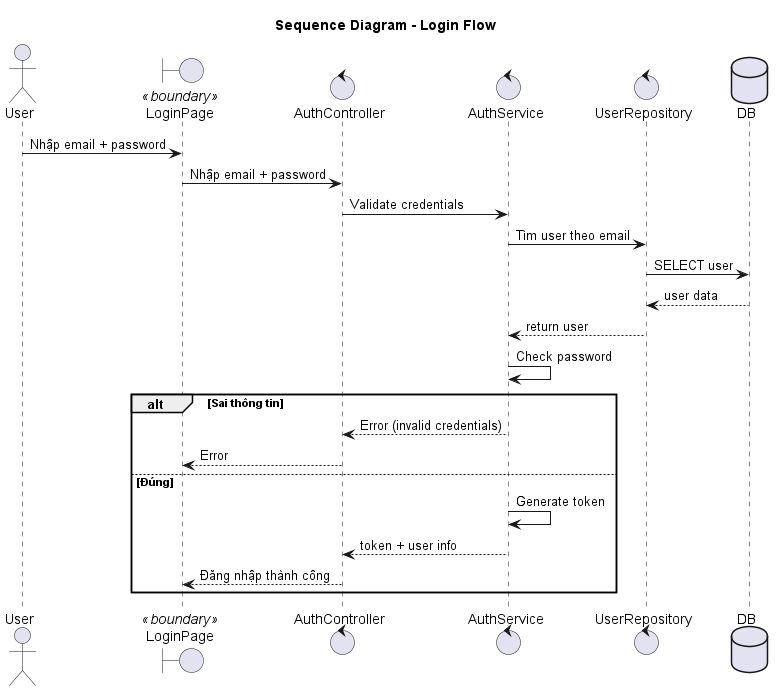
This is out/sequence/đăng nhập/login_sequence.png from Faythpromax/E-Learning, a PlantUML export, as it was before one commit. Source of this version:
```plantuml
@startuml login_sequence
title Sequence Diagram - Login Flow

actor User
boundary "LoginPage" as UI <<boundary>>
control AuthController
control AuthService
control UserRepository
database DB

User -> UI: Nhập email + password
UI -> AuthController: Nhập email + password

AuthController -> AuthService: Validate credentials

AuthService -> UserRepository: Tìm user theo email
UserRepository -> DB: SELECT user
DB --> UserRepository: user data
UserRepository --> AuthService: return user

AuthService -> AuthService: Check password

alt Sai thông tin
    AuthService --> AuthController: Error (invalid credentials)
    AuthController --> UI: Error
else Đúng
    AuthService -> AuthService: Generate token
    AuthService --> AuthController: token + user info
    AuthController --> UI: Đăng nhập thành công
end

@enduml
```
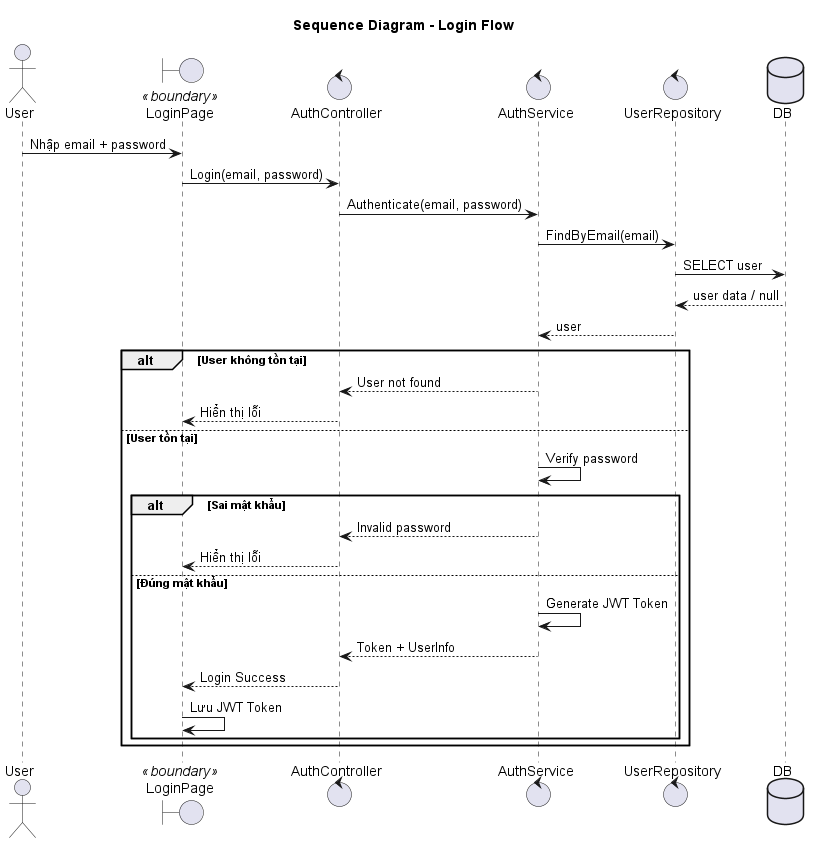
The same diagram one commit later.

The edit, as a diff of the source:
```diff
@@ -9,24 +9,43 @@
 database DB
 
 User -> UI: Nhập email + password
-UI -> AuthController: Nhập email + password
+UI -> AuthController: Login(email, password)
 
-AuthController -> AuthService: Validate credentials
+AuthController -> AuthService: Authenticate(email, password)
 
-AuthService -> UserRepository: Tìm user theo email
+AuthService -> UserRepository: FindByEmail(email)
 UserRepository -> DB: SELECT user
-DB --> UserRepository: user data
-UserRepository --> AuthService: return user
+DB --> UserRepository: user data / null
+UserRepository --> AuthService: user
 
-AuthService -> AuthService: Check password
+alt User không tồn tại
 
-alt Sai thông tin
-    AuthService --> AuthController: Error (invalid credentials)
-    AuthController --> UI: Error
-else Đúng
-    AuthService -> AuthService: Generate token
-    AuthService --> AuthController: token + user info
-    AuthController --> UI: Đăng nhập thành công
+
+AuthService --> AuthController: User not found
+AuthController --> UI: Hiển thị lỗi
+
+
+else User tồn tại
+
+
+AuthService -> AuthService: Verify password
+
+alt Sai mật khẩu
+
+    AuthService --> AuthController: Invalid password
+    AuthController --> UI: Hiển thị lỗi
+
+else Đúng mật khẩu
+
+    AuthService -> AuthService: Generate JWT Token
+
+    AuthService --> AuthController: Token + UserInfo
+    AuthController --> UI: Login Success
+    UI -> UI: Lưu JWT Token
+
+end
+
+
 end
 
 @enduml
```
